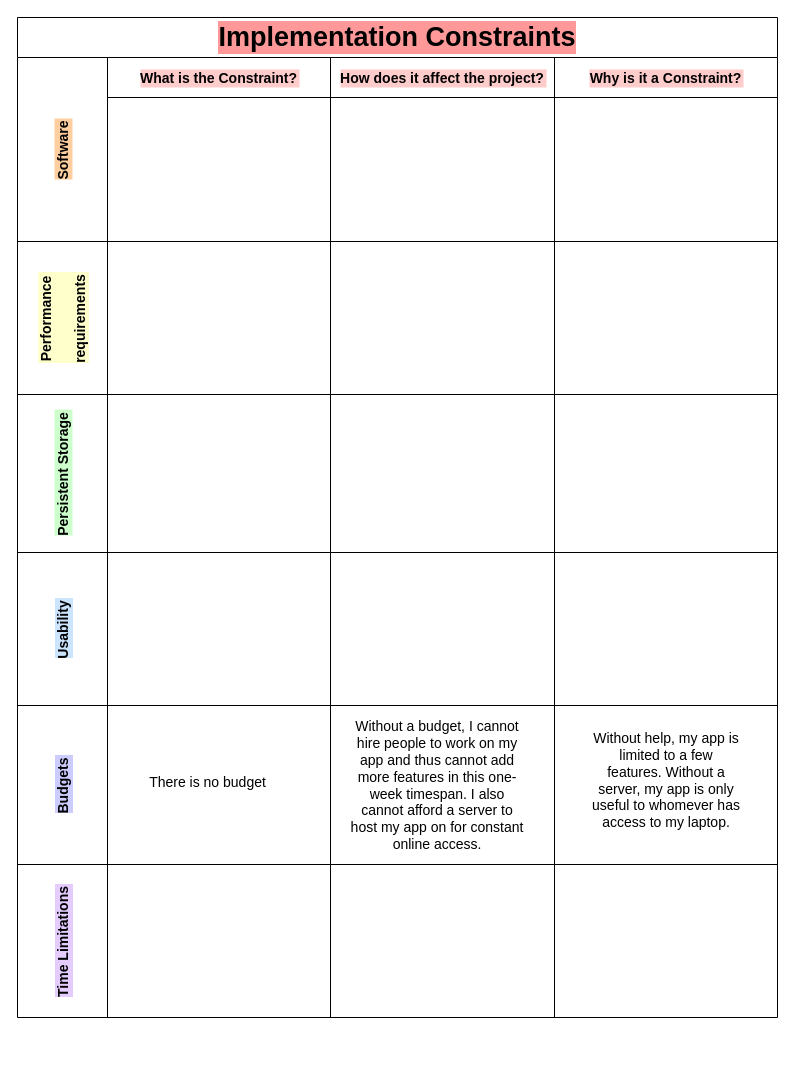
sagesaintsalem/ccfirstproject keeps this draw.io diagram as impconstraints.drawio. Above is the earlier version. Source tidied: cells renumbered, new cells numbered last; positions are measured from the earlier drawing's top-left corner, leaving out a move shared by most shapes. Both pictures are drawn from the tidied source at 100%, with x=0, y=0 at pixel (17, 17).
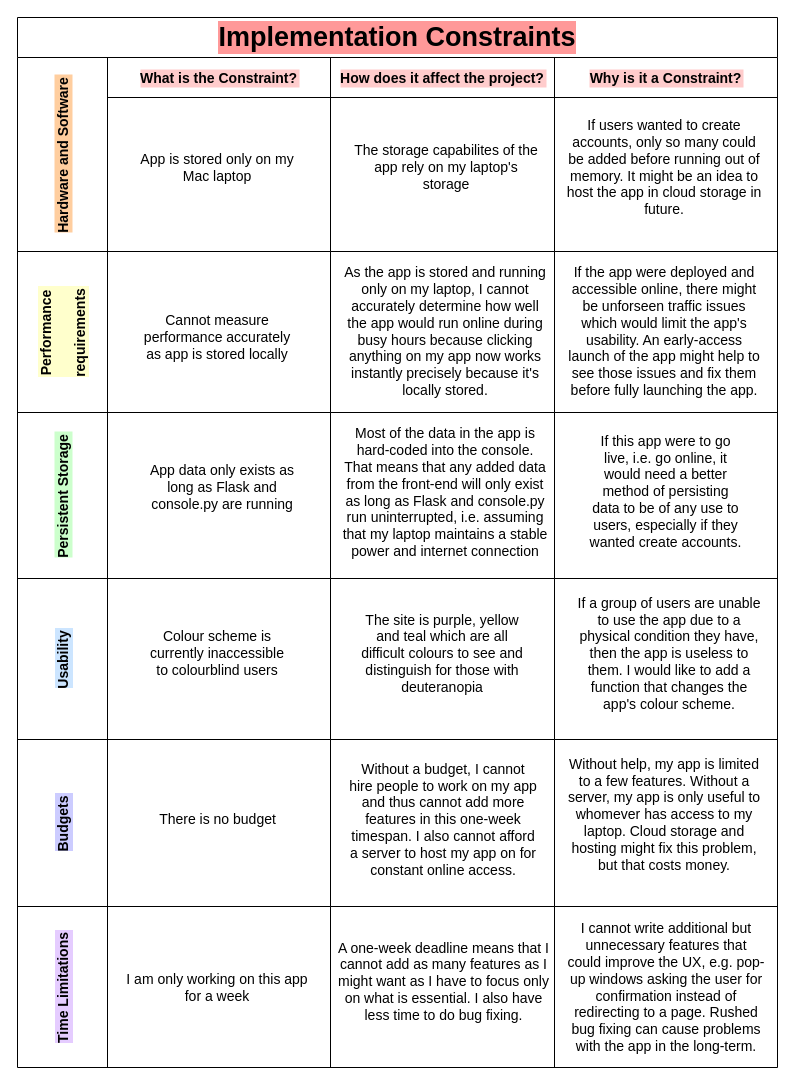
Above is the later version.

Diff of the diagram source:
```diff
@@
     <mxCell id="2" value="Implementation Constraints" style="shape=table;childLayout=tableLayout;startSize=40;fontStyle=1;labelBackgroundColor=#FF9999;fontSize=27;whiteSpace=wrap;html=1;spacingLeft=0;" parent="1" vertex="1">
-      <mxGeometry width="760" height="1000" as="geometry" />
+      <mxGeometry width="760" height="1050" as="geometry" />
     </mxCell>
-    <mxCell id="3" value="Software" style="shape=tableRow;horizontal=0;startSize=90;swimlaneHead=0;swimlaneBody=0;top=0;left=0;bottom=0;right=0;fillColor=none;fontStyle=1;fontSize=14;labelBackgroundColor=#FFCE9F;" parent="2" vertex="1">
-      <mxGeometry y="40" width="760" height="184" as="geometry" />
+    <mxCell id="3" value="Hardware and Software" style="shape=tableRow;horizontal=0;startSize=90;swimlaneHead=0;swimlaneBody=0;top=0;left=0;bottom=0;right=0;fillColor=none;fontStyle=1;fontSize=14;labelBackgroundColor=#FFCE9F;" parent="2" vertex="1">
+      <mxGeometry y="40" width="760" height="194" as="geometry" />
     </mxCell>
     <mxCell id="4" value="What is the Constraint?" style="swimlane;swimlaneHead=0;swimlaneBody=0;fontStyle=0;fillColor=none;startSize=40;fontStyle=1;labelBackgroundColor=#FFCCCC;fontSize=14;" parent="3" vertex="1">
-      <mxGeometry x="90" width="223" height="184" as="geometry" />
+      <mxGeometry x="90" width="223" height="194" as="geometry" />
     </mxCell>
+    <mxCell id="30" value="App is stored only on my Mac laptop" style="text;html=1;strokeColor=none;fillColor=none;align=center;verticalAlign=middle;whiteSpace=wrap;rounded=0;labelBackgroundColor=none;fontSize=14;" parent="4" vertex="1">
+      <mxGeometry x="30" y="60" width="160" height="100" as="geometry" />
+    </mxCell>
     <mxCell id="5" value="How does it affect the project?" style="swimlane;swimlaneHead=0;swimlaneBody=0;fontStyle=0;fillColor=none;startSize=40;fontStyle=1;labelBackgroundColor=#FFCCCC;fontSize=14;" parent="3" vertex="1">
-      <mxGeometry x="313" width="224" height="184" as="geometry" />
+      <mxGeometry x="313" width="224" height="194" as="geometry" />
     </mxCell>
+    <mxCell id="31" value="The storage capabilites of the app rely on my laptop's storage" style="text;html=1;strokeColor=none;fillColor=none;align=center;verticalAlign=middle;whiteSpace=wrap;rounded=0;labelBackgroundColor=none;fontSize=14;" parent="5" vertex="1">
+      <mxGeometry x="22" y="63.5" width="188" height="93" as="geometry" />
+    </mxCell>
     <mxCell id="6" value="Why is it a Constraint?" style="swimlane;swimlaneHead=0;swimlaneBody=0;fontStyle=0;fillColor=none;startSize=40;fontStyle=1;labelBackgroundColor=#FFCCCC;fontSize=14;" parent="3" vertex="1">
-      <mxGeometry x="537" width="223" height="184" as="geometry" />
+      <mxGeometry x="537" width="223" height="194" as="geometry" />
     </mxCell>
+    <mxCell id="32" value="If users wanted to create accounts, only so many could be added before running out of memory. It might be an idea to host the app in cloud storage in future." style="text;html=1;strokeColor=none;fillColor=none;align=center;verticalAlign=middle;whiteSpace=wrap;rounded=0;labelBackgroundColor=none;fontSize=14;" parent="6" vertex="1">
+      <mxGeometry x="10" y="50" width="200" height="120" as="geometry" />
+    </mxCell>
     <mxCell id="7" value="Performance &#10;&#10;requirements" style="shape=tableRow;horizontal=0;startSize=90;swimlaneHead=0;swimlaneBody=0;top=0;left=0;bottom=0;right=0;fillColor=none;fontStyle=1;fontSize=14;labelBackgroundColor=#FFFFCC;" parent="2" vertex="1">
-      <mxGeometry y="224" width="760" height="153" as="geometry" />
+      <mxGeometry y="234" width="760" height="161" as="geometry" />
     </mxCell>
     <mxCell id="8" style="swimlane;swimlaneHead=0;swimlaneBody=0;fontStyle=0;fillColor=none;startSize=0;fontStyle=1;" parent="7" vertex="1">
-      <mxGeometry x="90" width="223" height="153" as="geometry" />
+      <mxGeometry x="90" width="223" height="161" as="geometry" />
     </mxCell>
     <mxCell id="9" style="swimlane;swimlaneHead=0;swimlaneBody=0;fontStyle=0;fillColor=none;startSize=0;fontStyle=1;" parent="7" vertex="1">
-      <mxGeometry x="313" width="224" height="153" as="geometry" />
+      <mxGeometry x="313" width="224" height="161" as="geometry" />
     </mxCell>
+    <mxCell id="33" value="As the app is stored and running only on my laptop, I cannot accurately determine how well the app would run online during busy hours because clicking anything on my app now works instantly precisely because it's locally stored." style="text;html=1;strokeColor=none;fillColor=none;align=center;verticalAlign=middle;whiteSpace=wrap;rounded=0;labelBackgroundColor=none;fontSize=14;" parent="9" vertex="1">
+      <mxGeometry x="10" y="10" width="210" height="140" as="geometry" />
+    </mxCell>
     <mxCell id="10" style="swimlane;swimlaneHead=0;swimlaneBody=0;fontStyle=0;fillColor=none;startSize=0;fontStyle=1;" parent="7" vertex="1">
-      <mxGeometry x="537" width="223" height="153" as="geometry" />
+      <mxGeometry x="537" width="223" height="161" as="geometry" />
     </mxCell>
+    <mxCell id="34" value="If the app were deployed and accessible online, there might be unforseen traffic issues which would limit the app's usability. An early-access launch of the app might help to see those issues and fix them before fully launching the app." style="text;html=1;strokeColor=none;fillColor=none;align=center;verticalAlign=middle;whiteSpace=wrap;rounded=0;labelBackgroundColor=none;fontSize=14;" parent="10" vertex="1">
+      <mxGeometry x="10" y="10" width="200" height="140" as="geometry" />
+    </mxCell>
     <mxCell id="11" value="Persistent Storage" style="shape=tableRow;horizontal=0;startSize=90;swimlaneHead=0;swimlaneBody=0;top=0;left=0;bottom=0;right=0;fillColor=none;fontStyle=1;labelBackgroundColor=#CCFFCC;fontSize=14;" parent="2" vertex="1">
-      <mxGeometry y="377" width="760" height="158" as="geometry" />
+      <mxGeometry y="395" width="760" height="166" as="geometry" />
     </mxCell>
     <mxCell id="12" style="swimlane;swimlaneHead=0;swimlaneBody=0;fontStyle=0;fillColor=none;startSize=0;fontStyle=1;" parent="11" vertex="1">
-      <mxGeometry x="90" width="223" height="158" as="geometry" />
+      <mxGeometry x="90" width="223" height="166" as="geometry" />
     </mxCell>
+    <mxCell id="35" value="App data only exists as long as Flask and console.py are running" style="text;html=1;strokeColor=none;fillColor=none;align=center;verticalAlign=middle;whiteSpace=wrap;rounded=0;labelBackgroundColor=none;fontSize=14;" parent="12" vertex="1">
+      <mxGeometry x="30" y="20" width="170" height="110" as="geometry" />
+    </mxCell>
     <mxCell id="13" style="swimlane;swimlaneHead=0;swimlaneBody=0;fontStyle=0;fillColor=none;startSize=0;fontStyle=1;" parent="11" vertex="1">
-      <mxGeometry x="313" width="224" height="158" as="geometry" />
+      <mxGeometry x="313" width="224" height="166" as="geometry" />
     </mxCell>
+    <mxCell id="36" value="Most of the data in the app is hard-coded into the console. That means that any added data from the front-end will only exist as long as Flask and console.py run uninterrupted, i.e. assuming that my laptop maintains a stable power and internet connection" style="text;html=1;strokeColor=none;fillColor=none;align=center;verticalAlign=middle;whiteSpace=wrap;rounded=0;labelBackgroundColor=none;fontSize=14;" parent="13" vertex="1">
+      <mxGeometry x="10" y="10" width="210" height="140" as="geometry" />
+    </mxCell>
     <mxCell id="14" style="swimlane;swimlaneHead=0;swimlaneBody=0;fontStyle=0;fillColor=none;startSize=0;fontStyle=1;" parent="11" vertex="1">
-      <mxGeometry x="537" width="223" height="158" as="geometry" />
+      <mxGeometry x="537" width="223" height="166" as="geometry" />
     </mxCell>
+    <mxCell id="37" value="If this app were to go live, i.e. go online, it would need a better method of persisting data to be of any use to users, especially if they wanted create accounts. " style="text;html=1;strokeColor=none;fillColor=none;align=center;verticalAlign=middle;whiteSpace=wrap;rounded=0;labelBackgroundColor=none;fontSize=14;" parent="14" vertex="1">
+      <mxGeometry x="33" y="24" width="157" height="110" as="geometry" />
+    </mxCell>
     <mxCell id="15" value="Usability" style="shape=tableRow;horizontal=0;startSize=90;swimlaneHead=0;swimlaneBody=0;top=0;left=0;bottom=0;right=0;fillColor=none;fontStyle=1;labelBackgroundColor=#CCE5FF;fontSize=14;" parent="2" vertex="1">
-      <mxGeometry y="535" width="760" height="153" as="geometry" />
+      <mxGeometry y="561" width="760" height="161" as="geometry" />
     </mxCell>
     <mxCell id="16" style="swimlane;swimlaneHead=0;swimlaneBody=0;fontStyle=0;fillColor=none;startSize=0;fontStyle=1;" parent="15" vertex="1">
-      <mxGeometry x="90" width="223" height="153" as="geometry" />
+      <mxGeometry x="90" width="223" height="161" as="geometry" />
     </mxCell>
+    <mxCell id="38" value="Colour scheme is currently inaccessible to colourblind users" style="text;html=1;strokeColor=none;fillColor=none;align=center;verticalAlign=middle;whiteSpace=wrap;rounded=0;labelBackgroundColor=none;fontSize=14;" parent="16" vertex="1">
+      <mxGeometry x="35" y="35" width="150" height="80" as="geometry" />
+    </mxCell>
     <mxCell id="17" style="swimlane;swimlaneHead=0;swimlaneBody=0;fontStyle=0;fillColor=none;startSize=0;fontStyle=1;" parent="15" vertex="1">
-      <mxGeometry x="313" width="224" height="153" as="geometry" />
+      <mxGeometry x="313" width="224" height="161" as="geometry" />
     </mxCell>
+    <mxCell id="39" value="The site is purple, yellow and teal which are all difficult colours to see and distinguish for those with deuteranopia" style="text;html=1;strokeColor=none;fillColor=none;align=center;verticalAlign=middle;whiteSpace=wrap;rounded=0;labelBackgroundColor=none;fontSize=14;" parent="17" vertex="1">
+      <mxGeometry x="27" y="20" width="170" height="110" as="geometry" />
+    </mxCell>
     <mxCell id="18" style="swimlane;swimlaneHead=0;swimlaneBody=0;fontStyle=0;fillColor=none;startSize=0;fontStyle=1;" parent="15" vertex="1">
-      <mxGeometry x="537" width="223" height="153" as="geometry" />
+      <mxGeometry x="537" width="223" height="161" as="geometry" />
     </mxCell>
+    <mxCell id="40" value="If a group of users are unable to use the app due to a physical condition they have, then the app is useless to them. I would like to add a function that changes the app's colour scheme." style="text;html=1;strokeColor=none;fillColor=none;align=center;verticalAlign=middle;whiteSpace=wrap;rounded=0;labelBackgroundColor=none;fontSize=14;" parent="18" vertex="1">
+      <mxGeometry x="20" y="20" width="190" height="110" as="geometry" />
+    </mxCell>
     <mxCell id="19" value="Budgets" style="shape=tableRow;horizontal=0;startSize=90;swimlaneHead=0;swimlaneBody=0;top=0;left=0;bottom=0;right=0;fillColor=none;fontStyle=1;labelBackgroundColor=#CCCCFF;fontSize=14;" parent="2" vertex="1">
-      <mxGeometry y="688" width="760" height="159" as="geometry" />
+      <mxGeometry y="722" width="760" height="167" as="geometry" />
     </mxCell>
     <mxCell id="20" style="swimlane;swimlaneHead=0;swimlaneBody=0;fontStyle=0;fillColor=none;startSize=0;fontStyle=1;" parent="19" vertex="1">
-      <mxGeometry x="90" width="223" height="159" as="geometry" />
+      <mxGeometry x="90" width="223" height="167" as="geometry" />
     </mxCell>
     <mxCell id="21" value="There is no budget" style="text;html=1;align=center;verticalAlign=middle;strokeColor=none;fillColor=none;fontSize=14;" parent="20" vertex="1">
-      <mxGeometry x="30" y="62" width="140" height="30" as="geometry" />
+      <mxGeometry x="40" y="64.5" width="140" height="30" as="geometry" />
     </mxCell>
     <mxCell id="22" style="swimlane;swimlaneHead=0;swimlaneBody=0;fontStyle=0;fillColor=none;startSize=0;fontStyle=1;" parent="19" vertex="1">
-      <mxGeometry x="313" width="224" height="159" as="geometry" />
+      <mxGeometry x="313" width="224" height="167" as="geometry" />
     </mxCell>
     <mxCell id="23" value="Without a budget, I cannot hire people to work on my app and thus cannot add more features in this one-week timespan. I also cannot afford a server to host my app on for constant online access." style="text;html=1;strokeColor=none;fillColor=none;align=center;verticalAlign=middle;whiteSpace=wrap;rounded=0;labelBackgroundColor=none;fontSize=14;" parent="22" vertex="1">
-      <mxGeometry x="17" y="19.5" width="180" height="120" as="geometry" />
+      <mxGeometry x="17" y="19.5" width="192" height="120" as="geometry" />
     </mxCell>
     <mxCell id="24" style="swimlane;swimlaneHead=0;swimlaneBody=0;fontStyle=0;fillColor=none;startSize=0;fontStyle=1;" parent="19" vertex="1">
-      <mxGeometry x="537" width="223" height="159" as="geometry" />
+      <mxGeometry x="537" width="223" height="167" as="geometry" />
     </mxCell>
-    <mxCell id="25" value="Without help, my app is limited to a few features. Without a server, my app is only useful to whomever has access to my laptop." style="text;html=1;strokeColor=none;fillColor=none;align=center;verticalAlign=middle;whiteSpace=wrap;rounded=0;labelBackgroundColor=none;fontSize=14;" parent="24" vertex="1">
-      <mxGeometry x="36.5" y="19.5" width="150" height="110" as="geometry" />
+    <mxCell id="25" value="Without help, my app is limited to a few features. Without a server, my app is only useful to whomever has access to my laptop. Cloud storage and hosting might fix this problem, but that costs money." style="text;html=1;strokeColor=none;fillColor=none;align=center;verticalAlign=middle;whiteSpace=wrap;rounded=0;labelBackgroundColor=none;fontSize=14;" parent="24" vertex="1">
+      <mxGeometry x="10" y="19.5" width="200" height="110" as="geometry" />
     </mxCell>
     <mxCell id="26" value="Time Limitations" style="shape=tableRow;horizontal=0;startSize=90;swimlaneHead=0;swimlaneBody=0;top=0;left=0;bottom=0;right=0;fillColor=none;fontStyle=1;fontSize=14;labelBackgroundColor=#E5CCFF;" parent="2" vertex="1">
-      <mxGeometry y="847" width="760" height="153" as="geometry" />
+      <mxGeometry y="889" width="760" height="161" as="geometry" />
     </mxCell>
     <mxCell id="27" style="swimlane;swimlaneHead=0;swimlaneBody=0;fontStyle=0;fillColor=none;startSize=0;fontStyle=1;" parent="26" vertex="1">
-      <mxGeometry x="90" width="223" height="153" as="geometry" />
+      <mxGeometry x="90" width="223" height="161" as="geometry" />
     </mxCell>
+    <mxCell id="41" value="I am only working on this app for a week" style="text;html=1;strokeColor=none;fillColor=none;align=center;verticalAlign=middle;whiteSpace=wrap;rounded=0;labelBackgroundColor=none;fontSize=14;" parent="27" vertex="1">
+      <mxGeometry x="15" y="40.5" width="190" height="80" as="geometry" />
+    </mxCell>
     <mxCell id="28" style="swimlane;swimlaneHead=0;swimlaneBody=0;fontStyle=0;fillColor=none;startSize=0;fontStyle=1;" parent="26" vertex="1">
-      <mxGeometry x="313" width="224" height="153" as="geometry" />
+      <mxGeometry x="313" width="224" height="161" as="geometry" />
     </mxCell>
+    <mxCell id="42" value="A one-week deadline means that I cannot add as many features as I might want as I have to focus only on what is essential. I also have less time to do bug fixing." style="text;html=1;strokeColor=none;fillColor=none;align=center;verticalAlign=middle;whiteSpace=wrap;rounded=0;labelBackgroundColor=none;fontSize=14;" parent="28" vertex="1">
+      <mxGeometry x="7" y="10" width="213" height="130" as="geometry" />
+    </mxCell>
     <mxCell id="29" style="swimlane;swimlaneHead=0;swimlaneBody=0;fontStyle=0;fillColor=none;startSize=0;fontStyle=1;" parent="26" vertex="1">
-      <mxGeometry x="537" width="223" height="153" as="geometry" />
+      <mxGeometry x="537" width="223" height="161" as="geometry" />
     </mxCell>
+    <mxCell id="43" value="I cannot write additional but unnecessary features that could improve the UX, e.g. pop-up windows asking the user for confirmation instead of redirecting to a page. Rushed bug fixing can cause problems with the app in the long-term." style="text;html=1;strokeColor=none;fillColor=none;align=center;verticalAlign=middle;whiteSpace=wrap;rounded=0;labelBackgroundColor=none;fontSize=14;" parent="29" vertex="1">
+      <mxGeometry x="11.5" y="15.5" width="200" height="130" as="geometry" />
+    </mxCell>
+    <mxCell id="44" value="Cannot measure performance accurately as app is stored locally" style="text;html=1;strokeColor=none;fillColor=none;align=center;verticalAlign=middle;whiteSpace=wrap;rounded=0;labelBackgroundColor=none;fontSize=14;" parent="1" vertex="1">
+      <mxGeometry x="120" y="260" width="160" height="120" as="geometry" />
+    </mxCell>
```
